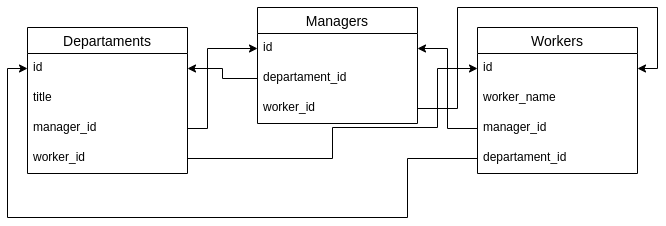
Above: departament_db_sheme.png in mikhailBrann/engineeringbd-relative-ZNF (draw.io), before the change. Source tidied: cells renumbered, new cells last; positions are measured from the earlier drawing's top-left corner, leaving out a move shared by most shapes.
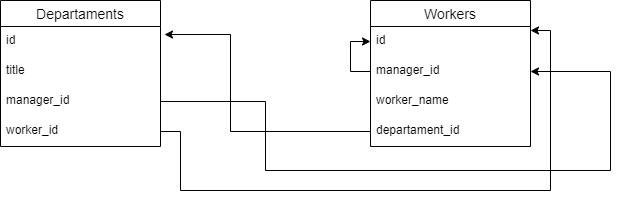
Later version of the same file.

The edit, as a diff of the source:
```diff
@@ -3,90 +3,65 @@
     <mxCell id="0" />
     <mxCell id="1" parent="0" />
     <mxCell id="2" value="Departaments" style="swimlane;fontStyle=0;horizontal=1;startSize=26;align=center;fontSize=14;" parent="1" vertex="1">
-      <mxGeometry x="20" y="20" width="160" height="146" as="geometry" />
+      <mxGeometry x="100" y="110" width="160" height="146" as="geometry" />
     </mxCell>
-    <mxCell id="3" value="id" style="text;strokeColor=none;fillColor=none;spacingLeft=4;spacingRight=4;overflow=hidden;points=[[0,0.5],[1,0.5]];portConstraint=eastwest;fontSize=12;" parent="2" vertex="1">
-      <mxGeometry y="26" width="160" height="30" as="geometry" />
-    </mxCell>
+    <mxCell id="22" value="id" style="text;strokeColor=none;fillColor=none;spacingLeft=4;spacingRight=4;overflow=hidden;points=[[0,0.5],[1,0.5]];portConstraint=eastwest;fontSize=12;" parent="2" vertex="1">
+      <mxGeometry y="26" width="160" height="30" as="geometry" />
+    </mxCell>
     <mxCell id="4" value="title" style="text;strokeColor=none;fillColor=none;spacingLeft=4;spacingRight=4;overflow=hidden;fontSize=12;" parent="2" vertex="1">
       <mxGeometry y="56" width="160" height="30" as="geometry" />
     </mxCell>
-    <mxCell id="5" value="manager_id" style="text;strokeColor=none;fillColor=none;spacingLeft=4;spacingRight=4;overflow=hidden;points=[[0,0.5],[1,0.5]];portConstraint=eastwest;fontSize=12;" parent="2" vertex="1">
-      <mxGeometry y="86" width="160" height="30" as="geometry" />
-    </mxCell>
+    <mxCell id="23" value="manager_id" style="text;strokeColor=none;fillColor=none;spacingLeft=4;spacingRight=4;overflow=hidden;points=[[0,0.5],[1,0.5]];portConstraint=eastwest;fontSize=12;" parent="2" vertex="1">
+      <mxGeometry y="86" width="160" height="30" as="geometry" />
+    </mxCell>
     <mxCell id="6" value="worker_id" style="text;strokeColor=none;fillColor=none;spacingLeft=4;spacingRight=4;overflow=hidden;points=[[0,0.5],[1,0.5]];portConstraint=eastwest;fontSize=12;" parent="2" vertex="1">
       <mxGeometry y="116" width="160" height="30" as="geometry" />
     </mxCell>
     <mxCell id="7" value="Workers" style="swimlane;fontStyle=0;horizontal=1;startSize=26;align=center;fontSize=14;" parent="1" vertex="1">
-      <mxGeometry x="470" y="20" width="160" height="146" as="geometry" />
+      <mxGeometry x="470" y="110" width="160" height="146" as="geometry" />
     </mxCell>
-    <mxCell id="8" value="id" style="text;strokeColor=none;fillColor=none;spacingLeft=4;spacingRight=4;overflow=hidden;points=[[0,0.5],[1,0.5]];portConstraint=eastwest;fontSize=12;" parent="7" vertex="1">
-      <mxGeometry y="26" width="160" height="30" as="geometry" />
-    </mxCell>
+    <mxCell id="24" value="id" style="text;strokeColor=none;fillColor=none;spacingLeft=4;spacingRight=4;overflow=hidden;points=[[0,0.5],[1,0.5]];portConstraint=eastwest;fontSize=12;" parent="7" vertex="1">
+      <mxGeometry y="26" width="160" height="30" as="geometry" />
+    </mxCell>
+    <mxCell id="25" style="edgeStyle=orthogonalEdgeStyle;rounded=0;jettySize=auto;html=1;" parent="7" edge="1" source="26" target="24">
+      <mxGeometry relative="1" as="geometry" />
+    </mxCell>
+    <mxCell id="26" value="manager_id" style="text;strokeColor=none;fillColor=none;spacingLeft=4;spacingRight=4;overflow=hidden;points=[[0,0.5],[1,0.5]];portConstraint=eastwest;fontSize=12;" parent="7" vertex="1">
+      <mxGeometry y="56" width="160" height="30" as="geometry" />
+    </mxCell>
     <mxCell id="9" value="worker_name" style="text;strokeColor=none;fillColor=none;spacingLeft=4;spacingRight=4;overflow=hidden;fontSize=12;" parent="7" vertex="1">
-      <mxGeometry y="56" width="160" height="30" as="geometry" />
+      <mxGeometry y="86" width="160" height="30" as="geometry" />
     </mxCell>
-    <mxCell id="10" value="manager_id" style="text;strokeColor=none;fillColor=none;spacingLeft=4;spacingRight=4;overflow=hidden;points=[[0,0.5],[1,0.5]];portConstraint=eastwest;fontSize=12;" parent="7" vertex="1">
-      <mxGeometry y="86" width="160" height="30" as="geometry" />
-    </mxCell>
     <mxCell id="11" value="departament_id" style="text;strokeColor=none;fillColor=none;spacingLeft=4;spacingRight=4;overflow=hidden;points=[[0,0.5],[1,0.5]];portConstraint=eastwest;fontSize=12;" parent="7" vertex="1">
       <mxGeometry y="116" width="160" height="30" as="geometry" />
     </mxCell>
-    <mxCell id="12" value="Managers" style="swimlane;fontStyle=0;horizontal=1;startSize=26;align=center;fontSize=14;" parent="1" vertex="1">
-      <mxGeometry x="250" width="160" height="116" as="geometry" />
-    </mxCell>
-    <mxCell id="13" value="id" style="text;strokeColor=none;fillColor=none;spacingLeft=4;spacingRight=4;overflow=hidden;points=[[0,0.5],[1,0.5]];portConstraint=eastwest;fontSize=12;" parent="12" vertex="1">
-      <mxGeometry y="26" width="160" height="30" as="geometry" />
-    </mxCell>
-    <mxCell id="14" value="departament_id" style="text;strokeColor=none;fillColor=none;spacingLeft=4;spacingRight=4;overflow=hidden;points=[[0,0.5],[1,0.5]];portConstraint=eastwest;fontSize=12;" parent="12" vertex="1">
-      <mxGeometry y="56" width="160" height="30" as="geometry" />
-    </mxCell>
-    <mxCell id="15" value="worker_id" style="text;strokeColor=none;fillColor=none;spacingLeft=4;spacingRight=4;overflow=hidden;points=[[0,0.5],[1,0.5]];portConstraint=eastwest;fontSize=12;" parent="12" vertex="1">
-      <mxGeometry y="86" width="160" height="30" as="geometry" />
-    </mxCell>
-    <mxCell id="16" style="edgeStyle=orthogonalEdgeStyle;rounded=0;jettySize=auto;html=1;entryX=0;entryY=0.5;entryDx=0;entryDy=0;" parent="1" edge="1" source="5" target="13">
-      <mxGeometry relative="1" as="geometry">
-        <Array as="points">
-          <mxPoint x="200" y="121" />
-          <mxPoint x="200" y="41" />
-        </Array>
-      </mxGeometry>
-    </mxCell>
-    <mxCell id="17" style="edgeStyle=orthogonalEdgeStyle;rounded=0;jettySize=auto;html=1;entryX=1;entryY=0.5;entryDx=0;entryDy=0;" parent="1" edge="1" source="10" target="13">
-      <mxGeometry relative="1" as="geometry" />
-    </mxCell>
-    <mxCell id="18" style="edgeStyle=orthogonalEdgeStyle;rounded=0;jettySize=auto;html=1;exitX=0;exitY=0.5;exitDx=0;exitDy=0;entryX=0;entryY=0.5;entryDx=0;entryDy=0;" parent="1" edge="1" source="11" target="3">
-      <mxGeometry relative="1" as="geometry">
-        <Array as="points">
-          <mxPoint x="400" y="151" />
-          <mxPoint x="400" y="210" />
-          <mxPoint y="210" />
-          <mxPoint y="61" />
-        </Array>
-      </mxGeometry>
-    </mxCell>
-    <mxCell id="19" style="edgeStyle=orthogonalEdgeStyle;rounded=0;jettySize=auto;html=1;entryX=0;entryY=0.5;entryDx=0;entryDy=0;" parent="1" edge="1" source="6" target="8">
-      <mxGeometry relative="1" as="geometry">
-        <Array as="points">
-          <mxPoint x="325" y="151" />
-          <mxPoint x="325" y="120" />
-          <mxPoint x="430" y="120" />
-          <mxPoint x="430" y="61" />
-        </Array>
-      </mxGeometry>
-    </mxCell>
-    <mxCell id="20" style="edgeStyle=orthogonalEdgeStyle;rounded=0;jettySize=auto;html=1;exitX=0;exitY=0.5;exitDx=0;exitDy=0;" parent="1" edge="1" source="14" target="3">
-      <mxGeometry relative="1" as="geometry" />
-    </mxCell>
-    <mxCell id="21" style="edgeStyle=orthogonalEdgeStyle;rounded=0;jettySize=auto;html=1;entryX=1;entryY=0.5;entryDx=0;entryDy=0;" parent="1" edge="1" source="15" target="8">
-      <mxGeometry relative="1" as="geometry">
-        <Array as="points">
-          <mxPoint x="450" y="101" />
-          <mxPoint x="450" />
-          <mxPoint x="650" />
-          <mxPoint x="650" y="61" />
-        </Array>
-      </mxGeometry>
-    </mxCell>
+    <mxCell id="27" style="edgeStyle=orthogonalEdgeStyle;rounded=0;jettySize=auto;html=1;entryX=1;entryY=0.133;entryDx=0;entryDy=0;entryPerimeter=0;" parent="1" edge="1" source="6" target="24">
+      <mxGeometry relative="1" as="geometry">
+        <Array as="points">
+          <mxPoint x="280" y="241" />
+          <mxPoint x="280" y="300" />
+          <mxPoint x="650" y="300" />
+          <mxPoint x="650" y="140" />
+        </Array>
+      </mxGeometry>
+    </mxCell>
+    <mxCell id="28" style="edgeStyle=orthogonalEdgeStyle;rounded=0;jettySize=auto;html=1;entryX=1.025;entryY=0.267;entryDx=0;entryDy=0;entryPerimeter=0;" parent="1" edge="1" source="11" target="22">
+      <mxGeometry relative="1" as="geometry">
+        <Array as="points">
+          <mxPoint x="330" y="241" />
+          <mxPoint x="330" y="144" />
+        </Array>
+      </mxGeometry>
+    </mxCell>
+    <mxCell id="29" style="edgeStyle=orthogonalEdgeStyle;rounded=0;jettySize=auto;html=1;entryX=1;entryY=0.5;entryDx=0;entryDy=0;" parent="1" edge="1" source="23" target="26">
+      <mxGeometry relative="1" as="geometry">
+        <Array as="points">
+          <mxPoint x="365" y="211" />
+          <mxPoint x="365" y="280" />
+          <mxPoint x="710" y="280" />
+          <mxPoint x="710" y="181" />
+        </Array>
+      </mxGeometry>
+    </mxCell>
   </root>
 </mxGraphModel>
```
